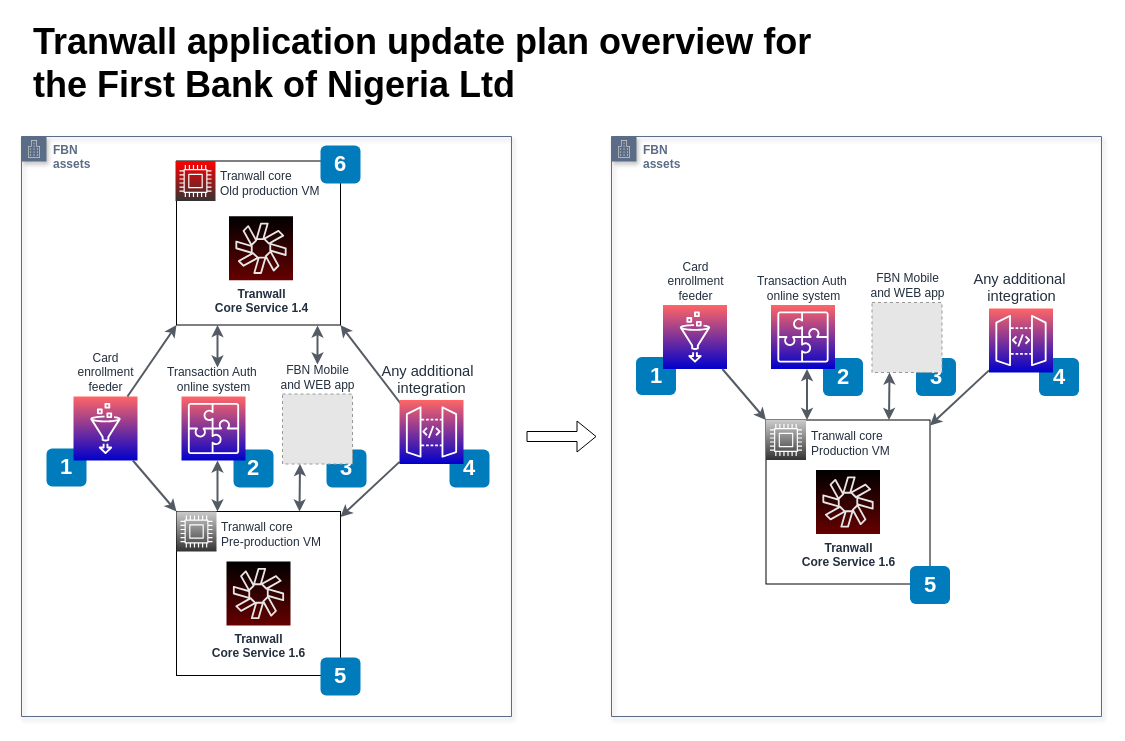
The draw.io diagram FBNupdate.drawio in 7ak/draw.io, before the edit. Source tidied: cells renumbered, new cells numbered last; positions are measured from the earlier drawing's top-left corner, leaving out a move shared by most shapes. Both pictures are drawn from the tidied source at 100%, with x=0, y=0 at pixel (21, 17). Pictures stored in the file or linked from it are replaced by grey dashed boxes.
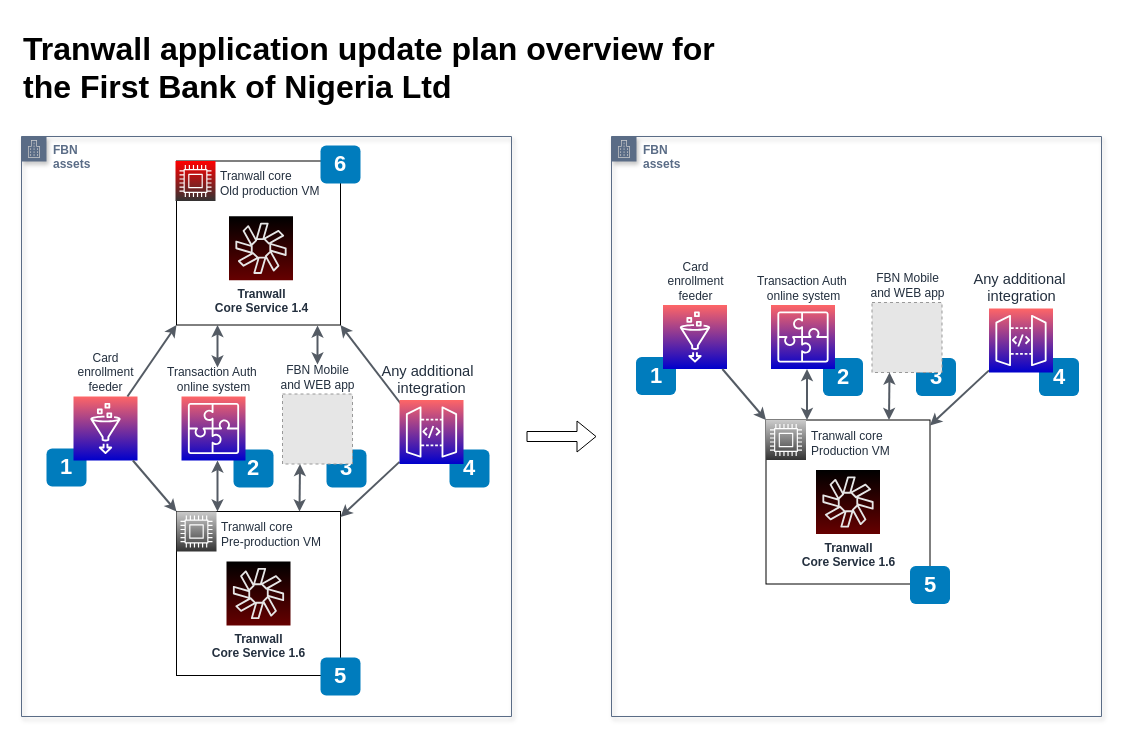
The same page after the edit.

What changed in the source:
```diff
@@
-    <mxCell id="2" value="Tranwall application update plan overview for&lt;br&gt;the First Bank of Nigeria Ltd&lt;div style=&quot;font-size: 36px&quot;&gt;&lt;/div&gt;" style="text;html=1;align=left;verticalAlign=top;spacingTop=-4;fontSize=36;fontStyle=1;" parent="1" vertex="1">
-      <mxGeometry x="10" width="790" height="90" as="geometry" />
+    <mxCell id="2" value="Tranwall application update plan overview for&lt;br style=&quot;font-size: 32px;&quot;&gt;the First Bank of Nigeria Ltd&lt;div style=&quot;font-size: 32px;&quot;&gt;&lt;/div&gt;" style="text;html=1;align=left;verticalAlign=top;spacingTop=-4;fontSize=32;fontStyle=1;" parent="1" vertex="1">
+      <mxGeometry y="10" width="710" height="80" as="geometry" />
     </mxCell>
```
